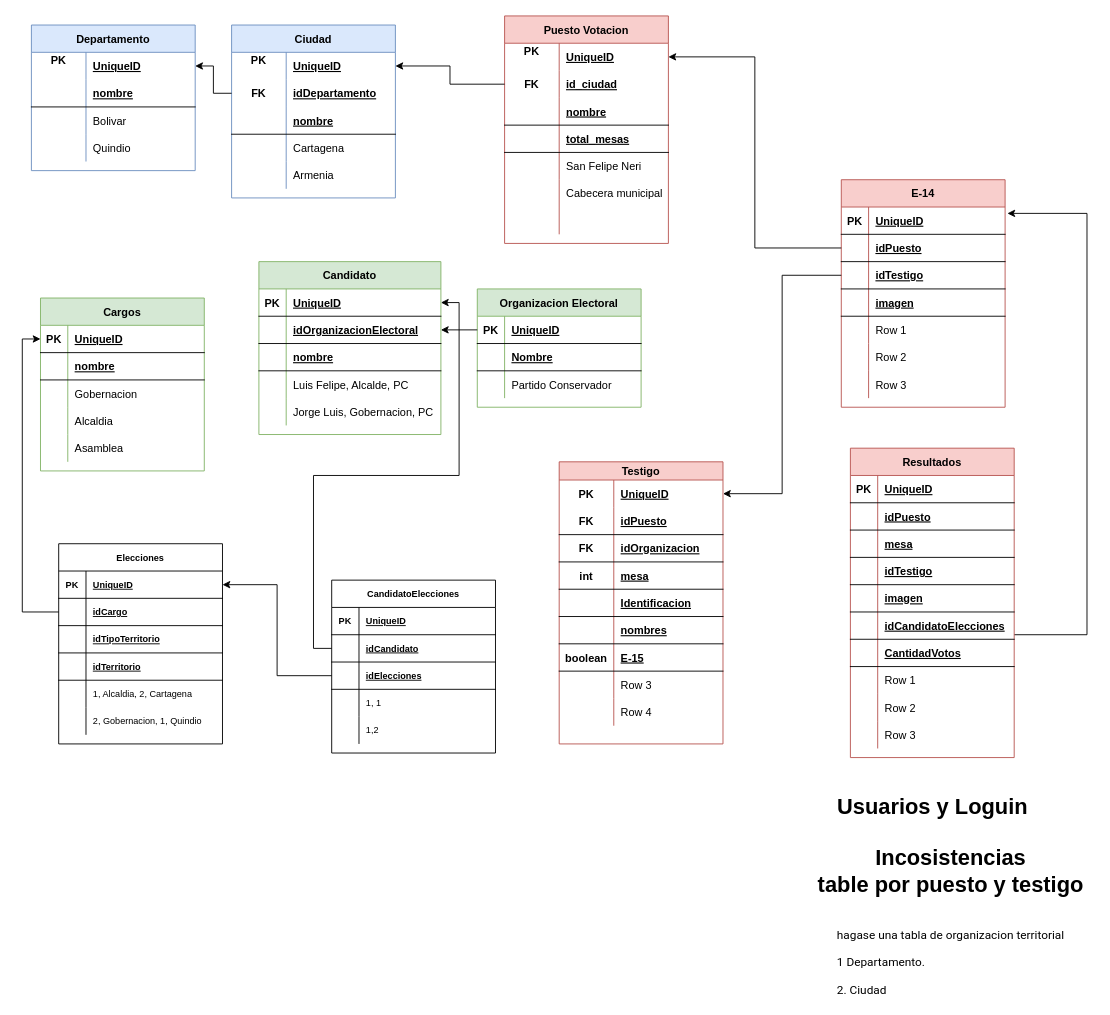
Before: page "Modelo E-R" (1 of 3) of Testigos Electorales.drawio in jlchavarriaga/TestigosElectorales, a draw.io diagram. Source tidied: cells renumbered, new cells numbered last; positions are measured from the earlier drawing's top-left corner, leaving out a move shared by most shapes. Both pictures are drawn from the tidied source at 91%, with x=0, y=0 at pixel (31, 15).
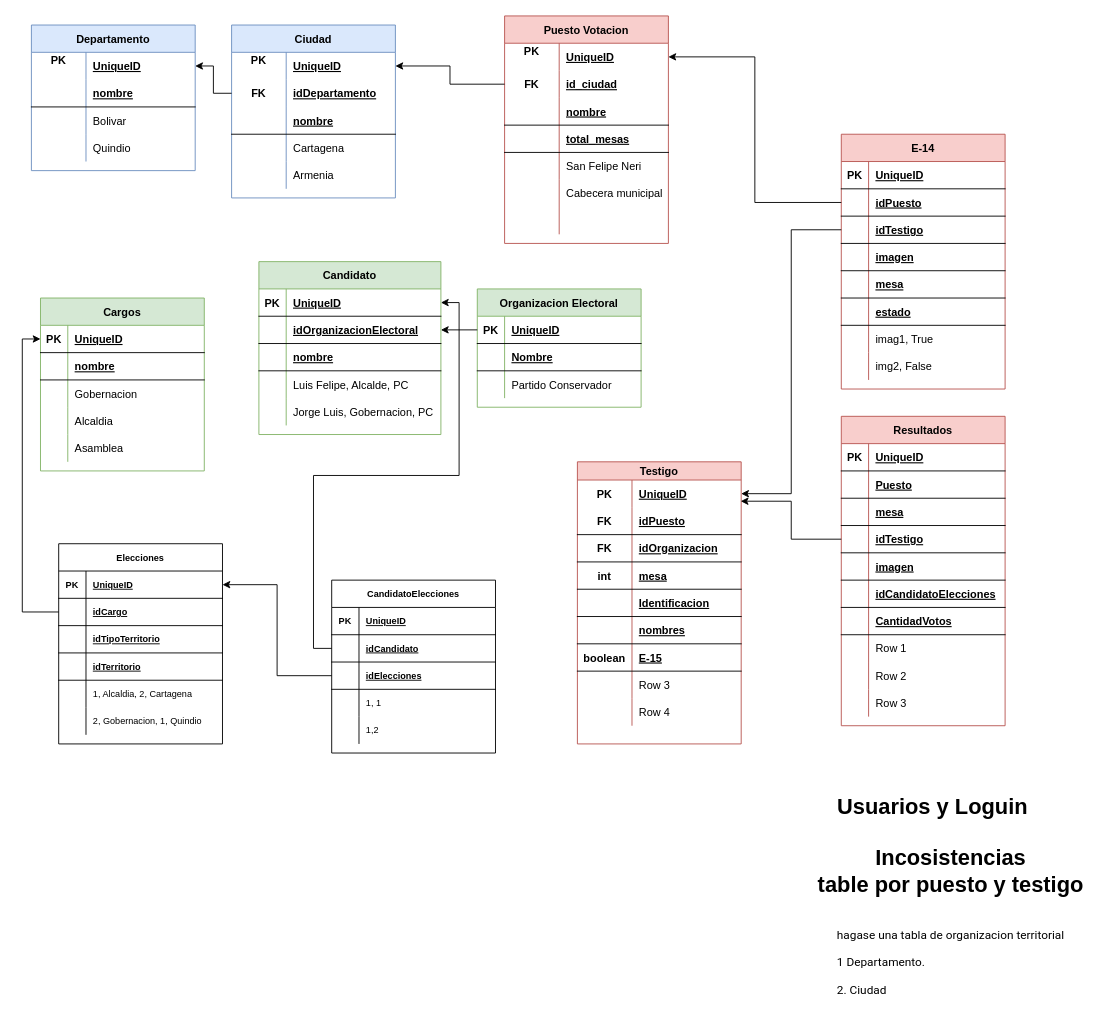
Above is the later version.

The change refers to these unchanged cells:
```xml
<mxCell id="66" style="shape=tableRow;horizontal=0;startSize=0;swimlaneHead=0;swimlaneBody=0;fillColor=none;points=[[0,0.5],[1,0.5]];portConstraint=eastwest;top=0;left=0;right=0;bottom=1;" parent="65" vertex="1">
  <mxGeometry y="30" width="180" height="30" as="geometry" />
</mxCell>
<mxCell id="121" style="shape=tableRow;horizontal=0;startSize=0;swimlaneHead=0;swimlaneBody=0;fillColor=none;points=[[0,0.5],[1,0.5]];portConstraint=eastwest;top=0;left=0;right=0;bottom=0;fontColor=#000000;" parent="120" vertex="1">
  <mxGeometry y="20" width="180" height="30" as="geometry" />
</mxCell>
<mxCell id="157" style="shape=tableRow;horizontal=0;startSize=0;swimlaneHead=0;swimlaneBody=0;fillColor=none;top=0;left=0;right=0;bottom=1;" parent="153" vertex="1">
  <mxGeometry y="60" width="180" height="30" as="geometry" />
</mxCell>
<mxCell id="163" style="shape=tableRow;horizontal=0;startSize=0;swimlaneHead=0;swimlaneBody=0;fillColor=none;points=[[0,0.5],[1,0.5]];portConstraint=eastwest;top=0;left=0;right=0;bottom=1;" parent="153" vertex="1">
  <mxGeometry y="120" width="180" height="30" as="geometry" />
</mxCell>
```

The edit, as a diff of the source:
```diff
@@
     <mxCell id="65" value="E-14" style="shape=table;startSize=30;childLayout=tableLayout;rowLines=0;fontStyle=1;align=center;fillColor=#f8cecc;strokeColor=#b85450;" parent="1" vertex="1">
-      <mxGeometry x="890" y="180" width="180" height="250" as="geometry" />
+      <mxGeometry x="890" y="130" width="180" height="280" as="geometry" />
     </mxCell>
@@
+    <mxCell id="224" style="shape=tableRow;horizontal=0;startSize=0;swimlaneHead=0;swimlaneBody=0;fillColor=none;top=0;left=0;right=0;bottom=1;" parent="65" vertex="1">
+      <mxGeometry y="150" width="180" height="30" as="geometry" />
+    </mxCell>
+    <mxCell id="225" style="shape=partialRectangle;fillColor=none;top=0;left=0;bottom=0;right=0;fontStyle=1;overflow=hidden;" parent="224" vertex="1">
+      <mxGeometry width="30" height="30" as="geometry" />
+    </mxCell>
+    <mxCell id="226" value="mesa" style="shape=partialRectangle;fillColor=none;top=0;left=0;bottom=0;right=0;align=left;spacingLeft=6;fontStyle=5;overflow=hidden;" parent="224" vertex="1">
+      <mxGeometry x="30" width="150" height="30" as="geometry" />
+    </mxCell>
+    <mxCell id="227" style="shape=tableRow;horizontal=0;startSize=0;swimlaneHead=0;swimlaneBody=0;fillColor=none;top=0;left=0;right=0;bottom=1;" parent="65" vertex="1">
+      <mxGeometry y="180" width="180" height="30" as="geometry" />
+    </mxCell>
+    <mxCell id="228" style="shape=partialRectangle;fillColor=none;top=0;left=0;bottom=0;right=0;fontStyle=1;overflow=hidden;" parent="227" vertex="1">
+      <mxGeometry width="30" height="30" as="geometry" />
+    </mxCell>
+    <mxCell id="229" value="estado" style="shape=partialRectangle;fillColor=none;top=0;left=0;bottom=0;right=0;align=left;spacingLeft=6;fontStyle=5;overflow=hidden;" parent="227" vertex="1">
+      <mxGeometry x="30" width="150" height="30" as="geometry" />
+    </mxCell>
     <mxCell id="78" style="shape=tableRow;horizontal=0;startSize=0;swimlaneHead=0;swimlaneBody=0;fillColor=none;top=0;left=0;right=0;bottom=0;" parent="65" vertex="1">
-      <mxGeometry y="150" width="180" height="30" as="geometry" />
+      <mxGeometry y="210" width="180" height="30" as="geometry" />
     </mxCell>
@@
-    <mxCell id="80" value="Row 1" style="shape=partialRectangle;fillColor=none;top=0;left=0;bottom=0;right=0;align=left;spacingLeft=6;overflow=hidden;" parent="78" vertex="1">
+    <mxCell id="80" value="imag1, True" style="shape=partialRectangle;fillColor=none;top=0;left=0;bottom=0;right=0;align=left;spacingLeft=6;overflow=hidden;" parent="78" vertex="1">
       <mxGeometry x="30" width="150" height="30" as="geometry" />
     </mxCell>
-    <mxCell id="81" style="shape=tableRow;horizontal=0;startSize=0;swimlaneHead=0;swimlaneBody=0;fillColor=none;top=0;left=0;right=0;bottom=0;" parent="65" vertex="1">
-      <mxGeometry y="180" width="180" height="30" as="geometry" />
-    </mxCell>
-    <mxCell id="82" style="shape=partialRectangle;fillColor=none;top=0;left=0;bottom=0;right=0;overflow=hidden;" parent="81" vertex="1">
-      <mxGeometry width="30" height="30" as="geometry" />
-    </mxCell>
-    <mxCell id="83" value="Row 2" style="shape=partialRectangle;fillColor=none;top=0;left=0;bottom=0;right=0;align=left;spacingLeft=6;overflow=hidden;" parent="81" vertex="1">
-      <mxGeometry x="30" width="150" height="30" as="geometry" />
-    </mxCell>
     <mxCell id="84" style="shape=tableRow;horizontal=0;startSize=0;swimlaneHead=0;swimlaneBody=0;fillColor=none;top=0;left=0;right=0;bottom=0;" parent="65" vertex="1">
-      <mxGeometry y="210" width="180" height="30" as="geometry" />
+      <mxGeometry y="240" width="180" height="30" as="geometry" />
     </mxCell>
@@
-    <mxCell id="86" value="Row 3" style="shape=partialRectangle;fillColor=none;top=0;left=0;bottom=0;right=0;align=left;spacingLeft=6;overflow=hidden;" parent="84" vertex="1">
+    <mxCell id="86" value="img2, False" style="shape=partialRectangle;fillColor=none;top=0;left=0;bottom=0;right=0;align=left;spacingLeft=6;overflow=hidden;" parent="84" vertex="1">
       <mxGeometry x="30" width="150" height="30" as="geometry" />
     </mxCell>
@@
     <mxCell id="120" value="Testigo" style="shape=table;startSize=20;childLayout=tableLayout;rowLines=0;fontStyle=1;align=center;fillColor=#f8cecc;strokeColor=#b85450;" parent="1" vertex="1">
-      <mxGeometry x="580" y="490" width="180" height="310" as="geometry" />
+      <mxGeometry x="600" y="490" width="180" height="310" as="geometry" />
     </mxCell>
@@
-    <mxCell id="152" style="edgeStyle=orthogonalEdgeStyle;rounded=0;jettySize=auto;html=1;entryX=1.014;entryY=0.233;entryDx=0;entryDy=0;entryPerimeter=0;fontSize=10;fontColor=#000000;" parent="1" edge="1" source="153" target="66">
-      <mxGeometry relative="1" as="geometry">
-        <Array as="points">
-          <mxPoint x="1160" y="680" />
-          <mxPoint x="1160" y="217" />
-        </Array>
-      </mxGeometry>
-    </mxCell>
     <mxCell id="153" value="Resultados" style="shape=table;startSize=30;childLayout=tableLayout;rowLines=0;fontStyle=1;align=center;fillColor=#f8cecc;strokeColor=#b85450;" parent="1" vertex="1">
-      <mxGeometry x="900" y="475" width="180" height="340" as="geometry" />
+      <mxGeometry x="890" y="440" width="180" height="340" as="geometry" />
     </mxCell>
@@
-    <mxCell id="159" value="idPuesto" style="shape=partialRectangle;fillColor=none;top=0;left=0;bottom=0;right=0;align=left;spacingLeft=6;fontStyle=5;overflow=hidden;" parent="157" vertex="1">
+    <mxCell id="159" value="Puesto" style="shape=partialRectangle;fillColor=none;top=0;left=0;bottom=0;right=0;align=left;spacingLeft=6;fontStyle=5;overflow=hidden;" parent="157" vertex="1">
       <mxGeometry x="30" width="150" height="30" as="geometry" />
     </mxCell>
@@
+    <mxCell id="230" style="edgeStyle=orthogonalEdgeStyle;rounded=0;jettySize=auto;html=1;entryX=0.997;entryY=0.776;entryDx=0;entryDy=0;entryPerimeter=0;" parent="1" edge="1" source="163" target="121">
+      <mxGeometry relative="1" as="geometry" />
+    </mxCell>
```
